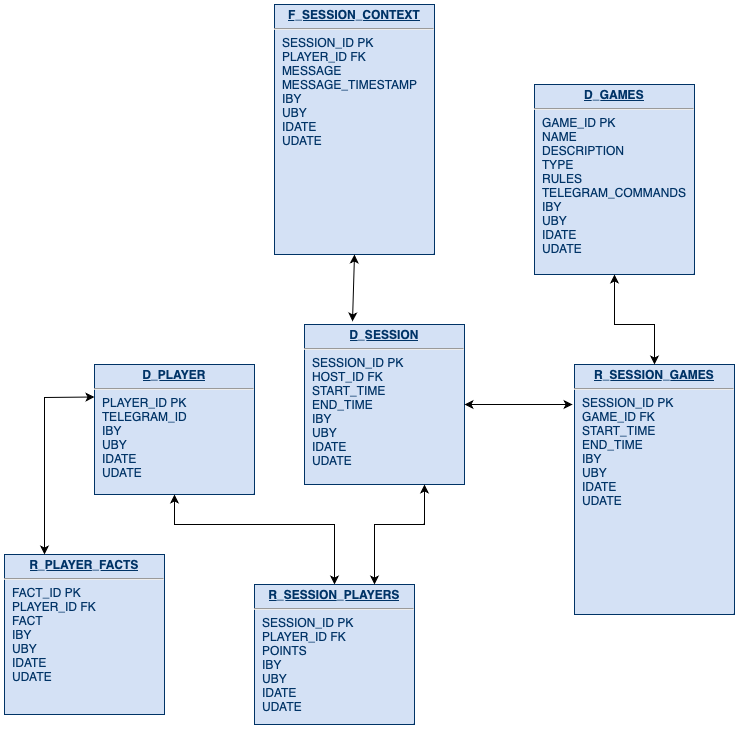
paukkroa/TelegramGameMasterBot keeps this draw.io diagram as TgGameBotDataModel.png. Above is the earlier version. Source tidied: cells renumbered, new cells last; positions are measured from the earlier drawing's top-left corner, leaving out a move shared by most shapes.
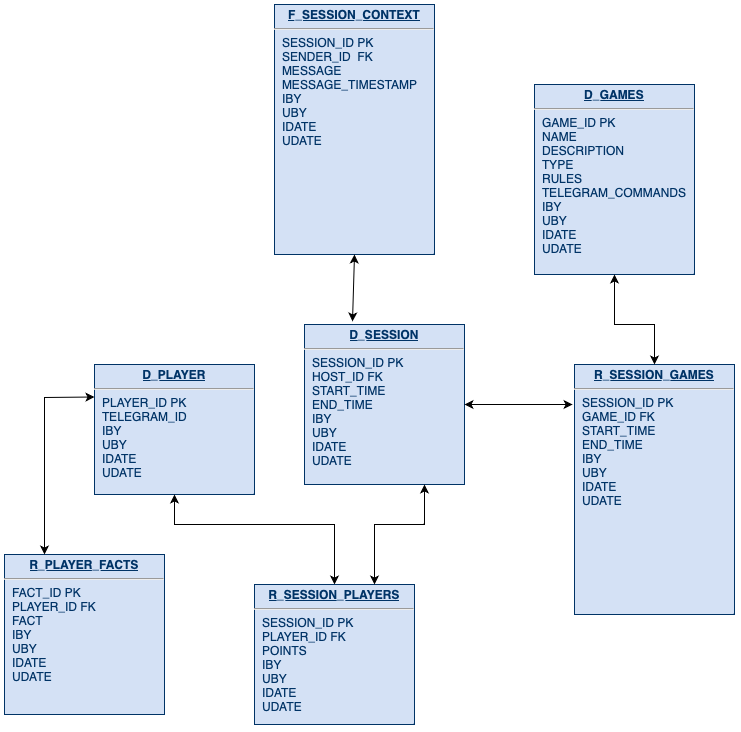
The same file after the commit.

Commit message:
Edited F_SESSION_CONTEXT

The edit, as a diff of the source:
```diff
@@ -59,7 +59,7 @@
         </Array>
       </mxGeometry>
     </mxCell>
-    <mxCell id="14" value="&lt;p style=&quot;margin: 0px; margin-top: 4px; text-align: center; text-decoration: underline;&quot;&gt;&lt;b&gt;F_SESSION_CONTEXT&lt;/b&gt;&lt;/p&gt;&lt;hr&gt;&lt;p style=&quot;margin: 0px; margin-left: 8px;&quot;&gt;SESSION_ID&amp;nbsp;&lt;span style=&quot;white-space: pre;&quot;&gt;&lt;span style=&quot;white-space: pre;&quot;&gt;&lt;span style=&quot;white-space: pre;&quot;&gt;PK&lt;/span&gt;&lt;/span&gt;&lt;/span&gt;&lt;/p&gt;&lt;p style=&quot;margin: 0px; margin-left: 8px;&quot;&gt;PLAYER_ID FK&lt;/p&gt;&lt;p style=&quot;margin: 0px; margin-left: 8px;&quot;&gt;MESSAGE&lt;/p&gt;&lt;p style=&quot;margin: 0px; margin-left: 8px;&quot;&gt;MESSAGE_TIMESTAMP&lt;/p&gt;&lt;p style=&quot;font-size: 12.000001px; margin: 0px 0px 0px 8px;&quot;&gt;IBY&lt;/p&gt;&lt;p style=&quot;font-size: 12.000001px; margin: 0px 0px 0px 8px;&quot;&gt;UBY&lt;/p&gt;&lt;p style=&quot;margin: 0px; margin-left: 8px;&quot;&gt;IDATE&lt;/p&gt;&lt;p style=&quot;margin: 0px; margin-left: 8px;&quot;&gt;UDATE&lt;/p&gt;" style="verticalAlign=top;align=left;overflow=fill;fontSize=12;fontFamily=Helvetica;html=1;strokeColor=#003366;shadow=1;fillColor=#D4E1F5;fontColor=#003366;" parent="1" vertex="1">
+    <mxCell id="14" value="&lt;p style=&quot;margin: 0px; margin-top: 4px; text-align: center; text-decoration: underline;&quot;&gt;&lt;b&gt;F_SESSION_CONTEXT&lt;/b&gt;&lt;/p&gt;&lt;hr&gt;&lt;p style=&quot;margin: 0px; margin-left: 8px;&quot;&gt;SESSION_ID&amp;nbsp;&lt;span style=&quot;white-space: pre;&quot;&gt;&lt;span style=&quot;white-space: pre;&quot;&gt;&lt;span style=&quot;white-space: pre;&quot;&gt;PK&lt;/span&gt;&lt;/span&gt;&lt;/span&gt;&lt;/p&gt;&lt;p style=&quot;margin: 0px; margin-left: 8px;&quot;&gt;SENDER_ID &amp;nbsp;FK&lt;/p&gt;&lt;p style=&quot;margin: 0px; margin-left: 8px;&quot;&gt;MESSAGE&lt;/p&gt;&lt;p style=&quot;margin: 0px; margin-left: 8px;&quot;&gt;MESSAGE_TIMESTAMP&lt;/p&gt;&lt;p style=&quot;font-size: 12.000001px; margin: 0px 0px 0px 8px;&quot;&gt;IBY&lt;/p&gt;&lt;p style=&quot;font-size: 12.000001px; margin: 0px 0px 0px 8px;&quot;&gt;UBY&lt;/p&gt;&lt;p style=&quot;margin: 0px; margin-left: 8px;&quot;&gt;IDATE&lt;/p&gt;&lt;p style=&quot;margin: 0px; margin-left: 8px;&quot;&gt;UDATE&lt;/p&gt;" style="verticalAlign=top;align=left;overflow=fill;fontSize=12;fontFamily=Helvetica;html=1;strokeColor=#003366;shadow=1;fillColor=#D4E1F5;fontColor=#003366;" parent="1" vertex="1">
       <mxGeometry x="270" width="160" height="250" as="geometry" />
     </mxCell>
     <mxCell id="15" style="endArrow=classic;startArrow=classic;html=1;rounded=0;entryX=0.5;entryY=1;entryDx=0;entryDy=0;exitX=0.3;exitY=-0.019;exitDx=0;exitDy=0;exitPerimeter=0;" parent="1" edge="1" source="4" target="14">
```
